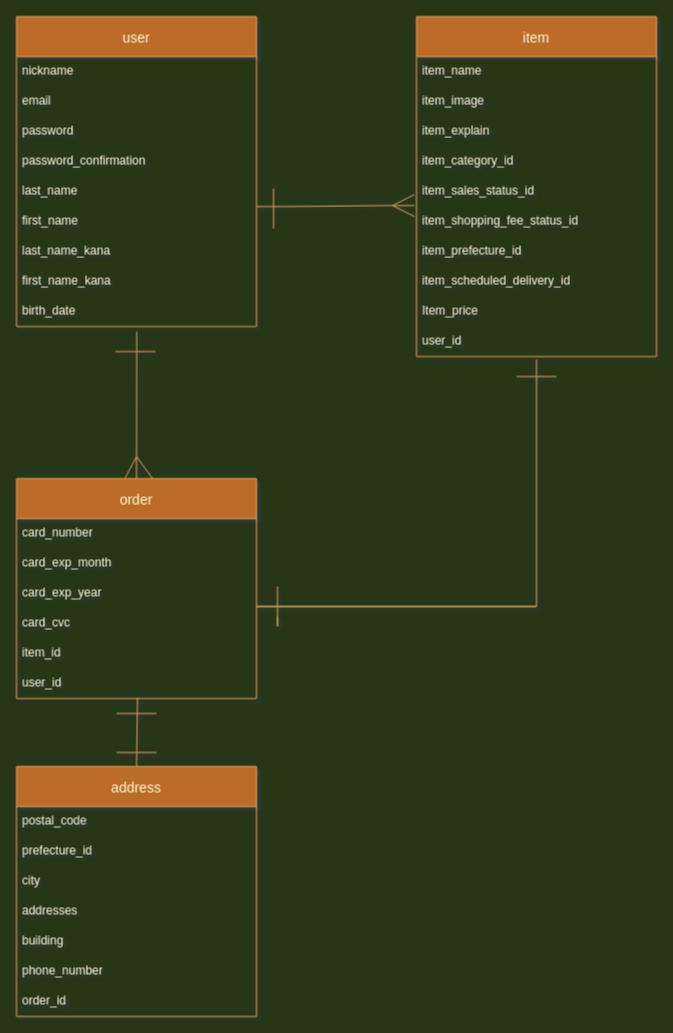
Before: app/assets/stylesheets/test.dio in yoshiogotoda/furima-21310, a draw.io diagram. Source tidied: cells renumbered, new cells numbered last; positions are measured from the earlier drawing's top-left corner, leaving out a move shared by most shapes. Both pictures are drawn from the tidied source at 100%, with x=0, y=0 at pixel (16, 16).
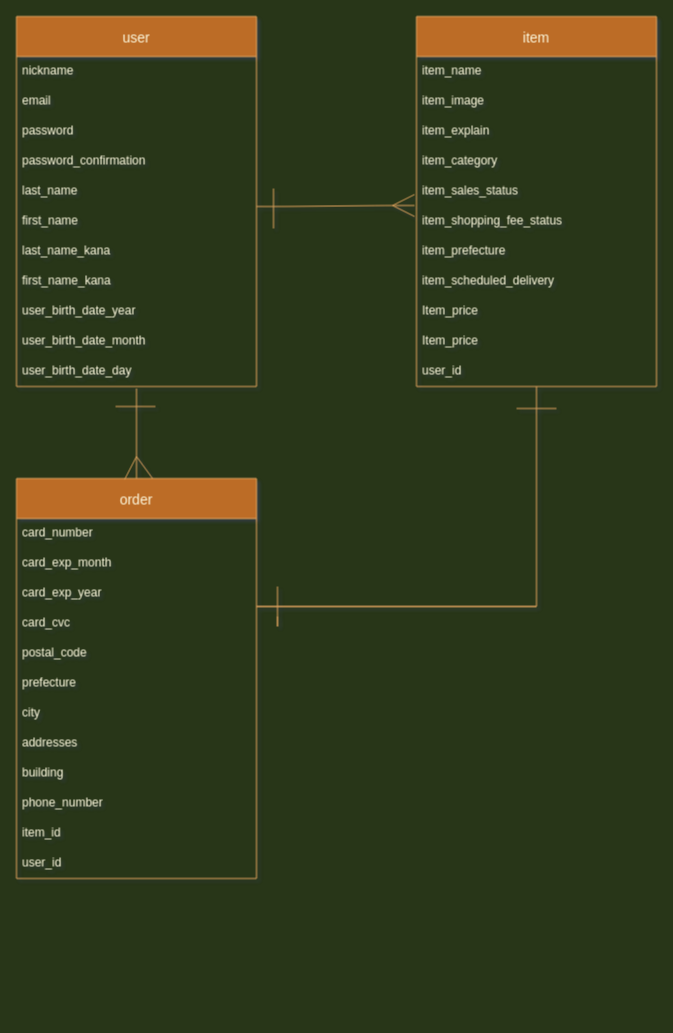
Above is the later version.

The edit, as a diff of the source:
```diff
@@
     <mxCell id="2" value="user" style="swimlane;fontStyle=0;horizontal=1;startSize=40;align=center;fontSize=14;fillColor=#BC6C25;strokeColor=#DDA15E;fontColor=#FEFAE0;" parent="1" vertex="1">
-      <mxGeometry width="240" height="310" as="geometry" />
+      <mxGeometry width="240" height="370" as="geometry" />
     </mxCell>
@@
-    <mxCell id="11" value="birth_date" style="text;strokeColor=none;fillColor=none;spacingLeft=4;spacingRight=4;overflow=hidden;points=[[0,0.5],[1,0.5]];portConstraint=eastwest;fontSize=12;fontColor=#FEFAE0;" parent="2" vertex="1">
+    <mxCell id="11" value="user_birth_date_year" style="text;strokeColor=none;fillColor=none;spacingLeft=4;spacingRight=4;overflow=hidden;points=[[0,0.5],[1,0.5]];portConstraint=eastwest;fontSize=12;fontColor=#FEFAE0;" parent="2" vertex="1">
       <mxGeometry y="280" width="240" height="30" as="geometry" />
     </mxCell>
+    <mxCell id="50" value="user_birth_date_month" style="text;strokeColor=none;fillColor=none;spacingLeft=4;spacingRight=4;overflow=hidden;fontSize=12;fontColor=#FEFAE0;" parent="2" vertex="1">
+      <mxGeometry y="310" width="240" height="30" as="geometry" />
+    </mxCell>
+    <mxCell id="51" value="user_birth_date_day" style="text;strokeColor=none;fillColor=none;spacingLeft=4;spacingRight=4;overflow=hidden;fontSize=12;fontColor=#FEFAE0;" parent="2" vertex="1">
+      <mxGeometry y="340" width="240" height="30" as="geometry" />
+    </mxCell>
@@
     <mxCell id="13" value="item" style="swimlane;fontStyle=0;horizontal=1;startSize=40;align=center;fontSize=14;fillColor=#BC6C25;strokeColor=#DDA15E;fontColor=#FEFAE0;" parent="1" vertex="1">
-      <mxGeometry x="400" width="240" height="340" as="geometry" />
+      <mxGeometry x="400" width="240" height="370" as="geometry" />
     </mxCell>
@@
-    <mxCell id="17" value="item_category_id" style="text;strokeColor=none;fillColor=none;spacingLeft=4;spacingRight=4;overflow=hidden;fontSize=12;rounded=1;fontColor=#FEFAE0;" parent="13" vertex="1">
+    <mxCell id="17" value="item_category" style="text;strokeColor=none;fillColor=none;spacingLeft=4;spacingRight=4;overflow=hidden;fontSize=12;rounded=1;fontColor=#FEFAE0;" parent="13" vertex="1">
       <mxGeometry y="130" width="240" height="30" as="geometry" />
     </mxCell>
-    <mxCell id="18" value="item_sales_status_id" style="text;strokeColor=none;fillColor=none;spacingLeft=4;spacingRight=4;overflow=hidden;points=[[0,0.5],[1,0.5]];portConstraint=eastwest;fontSize=12;fontColor=#FEFAE0;" parent="13" vertex="1">
+    <mxCell id="18" value="item_sales_status" style="text;strokeColor=none;fillColor=none;spacingLeft=4;spacingRight=4;overflow=hidden;points=[[0,0.5],[1,0.5]];portConstraint=eastwest;fontSize=12;fontColor=#FEFAE0;" parent="13" vertex="1">
       <mxGeometry y="160" width="240" height="30" as="geometry" />
     </mxCell>
-    <mxCell id="19" value="item_shopping_fee_status_id" style="text;strokeColor=none;fillColor=none;spacingLeft=4;spacingRight=4;overflow=hidden;fontSize=12;fontColor=#FEFAE0;" parent="13" vertex="1">
+    <mxCell id="19" value="item_shopping_fee_status&#10;" style="text;strokeColor=none;fillColor=none;spacingLeft=4;spacingRight=4;overflow=hidden;fontSize=12;fontColor=#FEFAE0;" parent="13" vertex="1">
       <mxGeometry y="190" width="240" height="30" as="geometry" />
     </mxCell>
-    <mxCell id="20" value="item_prefecture_id" style="text;strokeColor=none;fillColor=none;spacingLeft=4;spacingRight=4;overflow=hidden;fontSize=12;fontColor=#FEFAE0;" parent="13" vertex="1">
+    <mxCell id="20" value="item_prefecture" style="text;strokeColor=none;fillColor=none;spacingLeft=4;spacingRight=4;overflow=hidden;fontSize=12;fontColor=#FEFAE0;" parent="13" vertex="1">
       <mxGeometry y="220" width="240" height="30" as="geometry" />
     </mxCell>
-    <mxCell id="21" value="item_scheduled_delivery_id" style="text;strokeColor=none;fillColor=none;spacingLeft=4;spacingRight=4;overflow=hidden;fontSize=12;fontColor=#FEFAE0;" parent="13" vertex="1">
+    <mxCell id="21" value="item_scheduled_delivery" style="text;strokeColor=none;fillColor=none;spacingLeft=4;spacingRight=4;overflow=hidden;fontSize=12;fontColor=#FEFAE0;" parent="13" vertex="1">
       <mxGeometry y="250" width="240" height="30" as="geometry" />
     </mxCell>
+    <mxCell id="52" value="Item_price&#10;" style="text;strokeColor=none;fillColor=none;spacingLeft=4;spacingRight=4;overflow=hidden;fontSize=12;fontColor=#FEFAE0;" parent="13" vertex="1">
+      <mxGeometry y="280" width="240" height="30" as="geometry" />
+    </mxCell>
     <mxCell id="22" value="Item_price&#10;" style="text;strokeColor=none;fillColor=none;spacingLeft=4;spacingRight=4;overflow=hidden;fontSize=12;fontColor=#FEFAE0;" parent="13" vertex="1">
-      <mxGeometry y="280" width="240" height="30" as="geometry" />
+      <mxGeometry y="310" width="240" height="30" as="geometry" />
     </mxCell>
     <mxCell id="23" value="user_id" style="text;strokeColor=none;fillColor=none;spacingLeft=4;spacingRight=4;overflow=hidden;points=[[0,0.5],[1,0.5]];portConstraint=eastwest;fontSize=12;fontColor=#FEFAE0;" parent="13" vertex="1">
-      <mxGeometry y="310" width="240" height="30" as="geometry" />
+      <mxGeometry y="340" width="240" height="30" as="geometry" />
     </mxCell>
     <mxCell id="24" value="order" style="swimlane;fontStyle=0;horizontal=1;startSize=40;align=center;fontSize=14;fillColor=#BC6C25;strokeColor=#DDA15E;fontColor=#FEFAE0;" parent="1" vertex="1">
-      <mxGeometry y="462" width="240" height="220" as="geometry" />
+      <mxGeometry y="462" width="240" height="400" as="geometry" />
     </mxCell>
@@
+    <mxCell id="40" value="postal_code" style="text;strokeColor=none;fillColor=none;spacingLeft=4;spacingRight=4;overflow=hidden;fontSize=12;fontColor=#FEFAE0;" parent="24" vertex="1">
+      <mxGeometry y="160" width="240" height="30" as="geometry" />
+    </mxCell>
+    <mxCell id="53" value="prefecture" style="text;strokeColor=none;fillColor=none;spacingLeft=4;spacingRight=4;overflow=hidden;fontSize=12;fontColor=#FEFAE0;" parent="24" vertex="1">
+      <mxGeometry y="190" width="240" height="30" as="geometry" />
+    </mxCell>
+    <mxCell id="42" value="city" style="text;strokeColor=none;fillColor=none;spacingLeft=4;spacingRight=4;overflow=hidden;fontSize=12;fontColor=#FEFAE0;" parent="24" vertex="1">
+      <mxGeometry y="220" width="240" height="30" as="geometry" />
+    </mxCell>
+    <mxCell id="43" value="addresses&#10;" style="text;strokeColor=none;fillColor=none;spacingLeft=4;spacingRight=4;overflow=hidden;fontSize=12;fontColor=#FEFAE0;" parent="24" vertex="1">
+      <mxGeometry y="250" width="240" height="30" as="geometry" />
+    </mxCell>
+    <mxCell id="44" value="building" style="text;strokeColor=none;fillColor=none;spacingLeft=4;spacingRight=4;overflow=hidden;fontSize=12;fontColor=#FEFAE0;" parent="24" vertex="1">
+      <mxGeometry y="280" width="240" height="30" as="geometry" />
+    </mxCell>
+    <mxCell id="45" value="phone_number" style="text;strokeColor=none;fillColor=none;spacingLeft=4;spacingRight=4;overflow=hidden;fontSize=12;fontColor=#FEFAE0;" parent="24" vertex="1">
+      <mxGeometry y="310" width="240" height="30" as="geometry" />
+    </mxCell>
     <mxCell id="29" value="item_id" style="text;strokeColor=none;fillColor=none;spacingLeft=4;spacingRight=4;overflow=hidden;fontSize=12;fontColor=#FEFAE0;" parent="24" vertex="1">
-      <mxGeometry y="160" width="240" height="30" as="geometry" />
+      <mxGeometry y="340" width="240" height="30" as="geometry" />
     </mxCell>
     <mxCell id="30" value="user_id&#10;" style="text;strokeColor=none;fillColor=none;spacingLeft=4;spacingRight=4;overflow=hidden;fontSize=12;fontColor=#FEFAE0;" parent="24" vertex="1">
-      <mxGeometry y="190" width="240" height="30" as="geometry" />
+      <mxGeometry y="370" width="240" height="30" as="geometry" />
     </mxCell>
-    <mxCell id="31" style="endArrow=none;html=1;rounded=0;strokeColor=#DDA15E;fillColor=#BC6C25;fontColor=#FEFAE0;exitX=0.5;exitY=1.1;exitDx=0;exitDy=0;exitPerimeter=0;" parent="1" edge="1" source="23">
+    <mxCell id="31" style="endArrow=none;html=1;rounded=0;strokeColor=#DDA15E;fillColor=#BC6C25;fontColor=#FEFAE0;" parent="1" edge="1">
       <mxGeometry relative="1" as="geometry">
+        <mxPoint x="520" y="370" as="sourcePoint" />
         <mxPoint x="520" y="590" as="targetPoint" />
         <Array as="points">
           <mxPoint x="520" y="590" />
           <mxPoint x="240" y="590" />
         </Array>
       </mxGeometry>
     </mxCell>
     <mxCell id="32" style="endArrow=none;html=1;rounded=0;strokeColor=#DDA15E;fillColor=#BC6C25;fontColor=#FEFAE0;" parent="1" edge="1">
       <mxGeometry relative="1" as="geometry">
-        <mxPoint x="99" y="335" as="sourcePoint" />
-        <mxPoint x="139" y="335" as="targetPoint" />
+        <mxPoint x="99" y="390" as="sourcePoint" />
+        <mxPoint x="139" y="390" as="targetPoint" />
         <Array as="points">
-          <mxPoint x="130" y="335" />
+          <mxPoint x="130" y="390" />
         </Array>
       </mxGeometry>
     </mxCell>
@@
     <mxCell id="34" style="endArrow=none;html=1;rounded=0;strokeColor=#DDA15E;fillColor=#BC6C25;fontColor=#FEFAE0;" parent="1" edge="1">
       <mxGeometry relative="1" as="geometry">
-        <mxPoint x="500" y="360" as="sourcePoint" />
-        <mxPoint x="540" y="360" as="targetPoint" />
+        <mxPoint x="500" y="392" as="sourcePoint" />
+        <mxPoint x="540" y="392" as="targetPoint" />
       </mxGeometry>
     </mxCell>
@@
-    <mxCell id="36" style="endArrow=none;html=1;rounded=0;strokeColor=#DDA15E;fillColor=#BC6C25;fontColor=#FEFAE0;entryX=0.5;entryY=0;entryDx=0;entryDy=0;exitX=0.501;exitY=1.175;exitDx=0;exitDy=0;exitPerimeter=0;" parent="1" edge="1" source="11" target="24">
-      <mxGeometry relative="1" as="geometry" />
+    <mxCell id="36" style="endArrow=none;html=1;rounded=0;strokeColor=#DDA15E;fillColor=#BC6C25;fontColor=#FEFAE0;entryX=0.5;entryY=0;entryDx=0;entryDy=0;" parent="1" edge="1" target="24">
+      <mxGeometry relative="1" as="geometry">
+        <mxPoint x="120" y="372" as="sourcePoint" />
+      </mxGeometry>
     </mxCell>
@@
-    <mxCell id="39" value="address" style="swimlane;fontStyle=0;horizontal=1;startSize=40;align=center;fontSize=14;fillColor=#BC6C25;strokeColor=#DDA15E;fontColor=#FEFAE0;" parent="1" vertex="1">
-      <mxGeometry y="750" width="240" height="250" as="geometry" />
-    </mxCell>
-    <mxCell id="40" value="postal_code" style="text;strokeColor=none;fillColor=none;spacingLeft=4;spacingRight=4;overflow=hidden;fontSize=12;fontColor=#FEFAE0;" parent="39" vertex="1">
-      <mxGeometry y="40" width="240" height="30" as="geometry" />
-    </mxCell>
-    <mxCell id="41" value="prefecture_id" style="text;strokeColor=none;fillColor=none;spacingLeft=4;spacingRight=4;overflow=hidden;fontSize=12;fontColor=#FEFAE0;" parent="39" vertex="1">
-      <mxGeometry y="70" width="240" height="30" as="geometry" />
-    </mxCell>
-    <mxCell id="42" value="city" style="text;strokeColor=none;fillColor=none;spacingLeft=4;spacingRight=4;overflow=hidden;fontSize=12;fontColor=#FEFAE0;" parent="39" vertex="1">
-      <mxGeometry y="100" width="240" height="30" as="geometry" />
-    </mxCell>
-    <mxCell id="43" value="addresses&#10;" style="text;strokeColor=none;fillColor=none;spacingLeft=4;spacingRight=4;overflow=hidden;fontSize=12;fontColor=#FEFAE0;" parent="39" vertex="1">
-      <mxGeometry y="130" width="240" height="30" as="geometry" />
-    </mxCell>
-    <mxCell id="44" value="building" style="text;strokeColor=none;fillColor=none;spacingLeft=4;spacingRight=4;overflow=hidden;fontSize=12;fontColor=#FEFAE0;" parent="39" vertex="1">
-      <mxGeometry y="160" width="240" height="30" as="geometry" />
-    </mxCell>
-    <mxCell id="45" value="phone_number" style="text;strokeColor=none;fillColor=none;spacingLeft=4;spacingRight=4;overflow=hidden;fontSize=12;fontColor=#FEFAE0;" parent="39" vertex="1">
-      <mxGeometry y="190" width="240" height="30" as="geometry" />
-    </mxCell>
-    <mxCell id="46" value="order_id" style="text;strokeColor=none;fillColor=none;spacingLeft=4;spacingRight=4;overflow=hidden;fontSize=12;fontColor=#FEFAE0;" parent="39" vertex="1">
-      <mxGeometry y="220" width="240" height="30" as="geometry" />
-    </mxCell>
-    <mxCell id="47" style="endArrow=none;html=1;rounded=0;strokeColor=#DDA15E;fillColor=#BC6C25;fontColor=#FEFAE0;entryX=0.5;entryY=0;entryDx=0;entryDy=0;" parent="1" edge="1" target="39">
-      <mxGeometry relative="1" as="geometry">
-        <mxPoint x="121" y="681" as="sourcePoint" />
-      </mxGeometry>
-    </mxCell>
-    <mxCell id="48" style="endArrow=none;html=1;rounded=0;strokeColor=#DDA15E;fillColor=#BC6C25;fontColor=#FEFAE0;" parent="1" edge="1">
-      <mxGeometry relative="1" as="geometry">
-        <mxPoint x="100" y="697" as="sourcePoint" />
-        <mxPoint x="140" y="697" as="targetPoint" />
-        <Array as="points">
-          <mxPoint x="131" y="697" />
-        </Array>
-      </mxGeometry>
-    </mxCell>
-    <mxCell id="49" style="endArrow=none;html=1;rounded=0;strokeColor=#DDA15E;fillColor=#BC6C25;fontColor=#FEFAE0;" parent="1" edge="1">
-      <mxGeometry relative="1" as="geometry">
-        <mxPoint x="100" y="736" as="sourcePoint" />
-        <mxPoint x="140" y="736" as="targetPoint" />
-        <Array as="points">
-          <mxPoint x="131" y="736" />
-        </Array>
-      </mxGeometry>
-    </mxCell>
```
